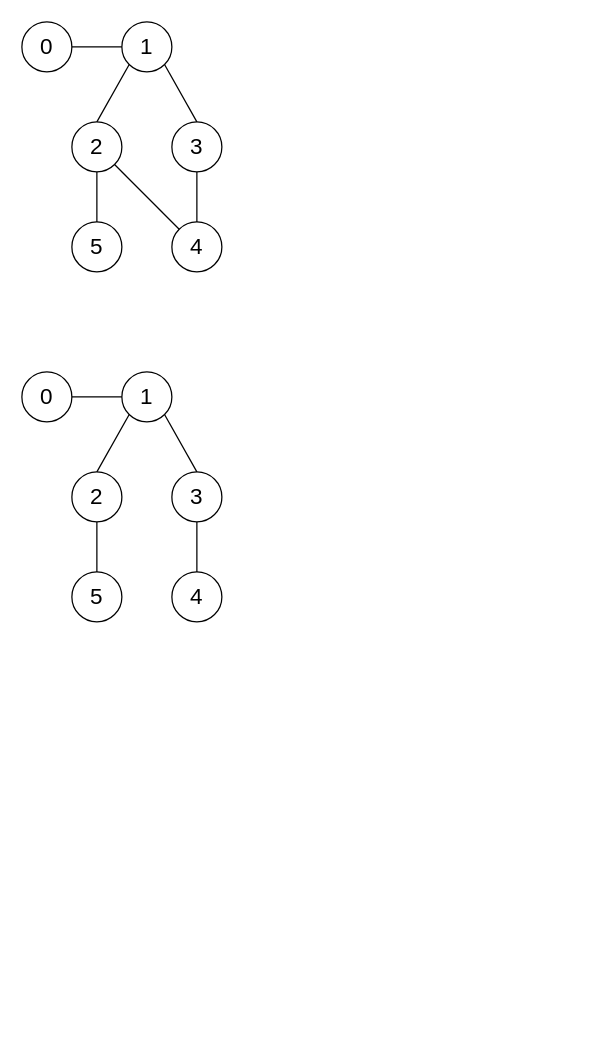
Before: data_structures/08_disjoint_set/01_disjoint_set.drawio in lanzhiwang/common_algorithm, a draw.io diagram. Source tidied: cells renumbered, new cells numbered last; positions are measured from the earlier drawing's top-left corner, leaving out a move shared by most shapes. Both pictures are drawn from the tidied source at 125%, with x=0, y=0 at pixel (21, 21).
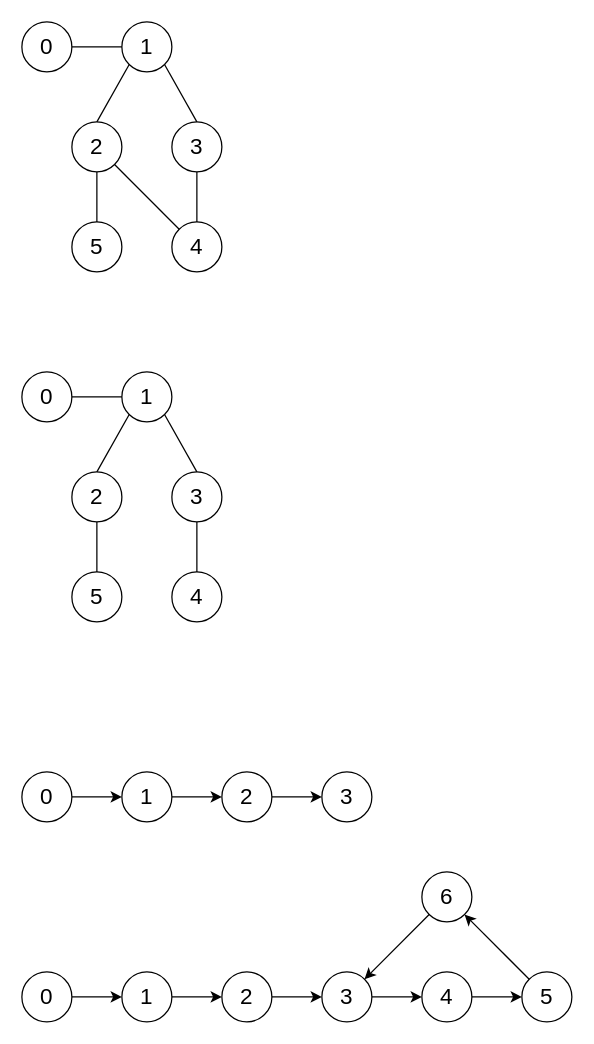
The same page after the edit.

What changed in the source:
```diff
@@
+    <mxCell id="25" style="edgeStyle=orthogonalEdgeStyle;rounded=0;jettySize=auto;html=1;entryX=0;entryY=0.5;entryDx=0;entryDy=0;" parent="1" edge="1" source="26" target="28">
+      <mxGeometry relative="1" as="geometry" />
+    </mxCell>
+    <mxCell id="26" value="&lt;font style=&quot;font-size: 18px&quot;&gt;0&lt;/font&gt;" style="ellipse;whiteSpace=wrap;html=1;" parent="1" vertex="1">
+      <mxGeometry y="600" width="40" height="40" as="geometry" />
+    </mxCell>
+    <mxCell id="27" style="edgeStyle=orthogonalEdgeStyle;rounded=0;jettySize=auto;html=1;entryX=0;entryY=0.5;entryDx=0;entryDy=0;" parent="1" edge="1" source="28" target="30">
+      <mxGeometry relative="1" as="geometry" />
+    </mxCell>
+    <mxCell id="28" value="&lt;font style=&quot;font-size: 18px&quot;&gt;1&lt;/font&gt;" style="ellipse;whiteSpace=wrap;html=1;" parent="1" vertex="1">
+      <mxGeometry x="80" y="600" width="40" height="40" as="geometry" />
+    </mxCell>
+    <mxCell id="29" style="edgeStyle=orthogonalEdgeStyle;rounded=0;jettySize=auto;html=1;entryX=0;entryY=0.5;entryDx=0;entryDy=0;" parent="1" edge="1" source="30" target="31">
+      <mxGeometry relative="1" as="geometry" />
+    </mxCell>
+    <mxCell id="30" value="&lt;font style=&quot;font-size: 18px&quot;&gt;2&lt;/font&gt;" style="ellipse;whiteSpace=wrap;html=1;" parent="1" vertex="1">
+      <mxGeometry x="160" y="600" width="40" height="40" as="geometry" />
+    </mxCell>
+    <mxCell id="31" value="&lt;font style=&quot;font-size: 18px&quot;&gt;3&lt;/font&gt;" style="ellipse;whiteSpace=wrap;html=1;" parent="1" vertex="1">
+      <mxGeometry x="240" y="600" width="40" height="40" as="geometry" />
+    </mxCell>
+    <mxCell id="32" style="edgeStyle=orthogonalEdgeStyle;rounded=0;jettySize=auto;html=1;entryX=0;entryY=0.5;entryDx=0;entryDy=0;" parent="1" edge="1" source="33" target="35">
+      <mxGeometry relative="1" as="geometry" />
+    </mxCell>
+    <mxCell id="33" value="&lt;font style=&quot;font-size: 18px&quot;&gt;0&lt;/font&gt;" style="ellipse;whiteSpace=wrap;html=1;" parent="1" vertex="1">
+      <mxGeometry y="760" width="40" height="40" as="geometry" />
+    </mxCell>
+    <mxCell id="34" style="edgeStyle=orthogonalEdgeStyle;rounded=0;jettySize=auto;html=1;entryX=0;entryY=0.5;entryDx=0;entryDy=0;" parent="1" edge="1" source="35" target="37">
+      <mxGeometry relative="1" as="geometry" />
+    </mxCell>
+    <mxCell id="35" value="&lt;font style=&quot;font-size: 18px&quot;&gt;1&lt;/font&gt;" style="ellipse;whiteSpace=wrap;html=1;" parent="1" vertex="1">
+      <mxGeometry x="80" y="760" width="40" height="40" as="geometry" />
+    </mxCell>
+    <mxCell id="36" style="edgeStyle=orthogonalEdgeStyle;rounded=0;jettySize=auto;html=1;entryX=0;entryY=0.5;entryDx=0;entryDy=0;" parent="1" edge="1" source="37" target="39">
+      <mxGeometry relative="1" as="geometry" />
+    </mxCell>
+    <mxCell id="37" value="&lt;font style=&quot;font-size: 18px&quot;&gt;2&lt;/font&gt;" style="ellipse;whiteSpace=wrap;html=1;" parent="1" vertex="1">
+      <mxGeometry x="160" y="760" width="40" height="40" as="geometry" />
+    </mxCell>
+    <mxCell id="38" style="edgeStyle=orthogonalEdgeStyle;rounded=0;jettySize=auto;html=1;exitX=1;exitY=0.5;exitDx=0;exitDy=0;" parent="1" edge="1" source="39" target="41">
+      <mxGeometry relative="1" as="geometry" />
+    </mxCell>
+    <mxCell id="39" value="&lt;font style=&quot;font-size: 18px&quot;&gt;3&lt;/font&gt;" style="ellipse;whiteSpace=wrap;html=1;" parent="1" vertex="1">
+      <mxGeometry x="240" y="760" width="40" height="40" as="geometry" />
+    </mxCell>
+    <mxCell id="40" style="edgeStyle=orthogonalEdgeStyle;rounded=0;jettySize=auto;html=1;exitX=1;exitY=0.5;exitDx=0;exitDy=0;entryX=0;entryY=0.5;entryDx=0;entryDy=0;" parent="1" edge="1" source="41" target="42">
+      <mxGeometry relative="1" as="geometry" />
+    </mxCell>
+    <mxCell id="41" value="&lt;font style=&quot;font-size: 18px&quot;&gt;4&lt;/font&gt;" style="ellipse;whiteSpace=wrap;html=1;" parent="1" vertex="1">
+      <mxGeometry x="320" y="760" width="40" height="40" as="geometry" />
+    </mxCell>
+    <mxCell id="42" value="&lt;font style=&quot;font-size: 18px&quot;&gt;5&lt;/font&gt;" style="ellipse;whiteSpace=wrap;html=1;" parent="1" vertex="1">
+      <mxGeometry x="400" y="760" width="40" height="40" as="geometry" />
+    </mxCell>
+    <mxCell id="43" value="&lt;font style=&quot;font-size: 18px&quot;&gt;6&lt;/font&gt;" style="ellipse;whiteSpace=wrap;html=1;" parent="1" vertex="1">
+      <mxGeometry x="320" y="680" width="40" height="40" as="geometry" />
+    </mxCell>
+    <mxCell id="44" style="endArrow=classic;html=1;exitX=0;exitY=0;exitDx=0;exitDy=0;entryX=1;entryY=1;entryDx=0;entryDy=0;" parent="1" edge="1" source="42" target="43">
+      <mxGeometry relative="1" as="geometry" />
+    </mxCell>
+    <mxCell id="45" style="endArrow=classic;html=1;exitX=0;exitY=1;exitDx=0;exitDy=0;entryX=1;entryY=0;entryDx=0;entryDy=0;" parent="1" edge="1" source="43" target="39">
+      <mxGeometry relative="1" as="geometry" />
+    </mxCell>
```
